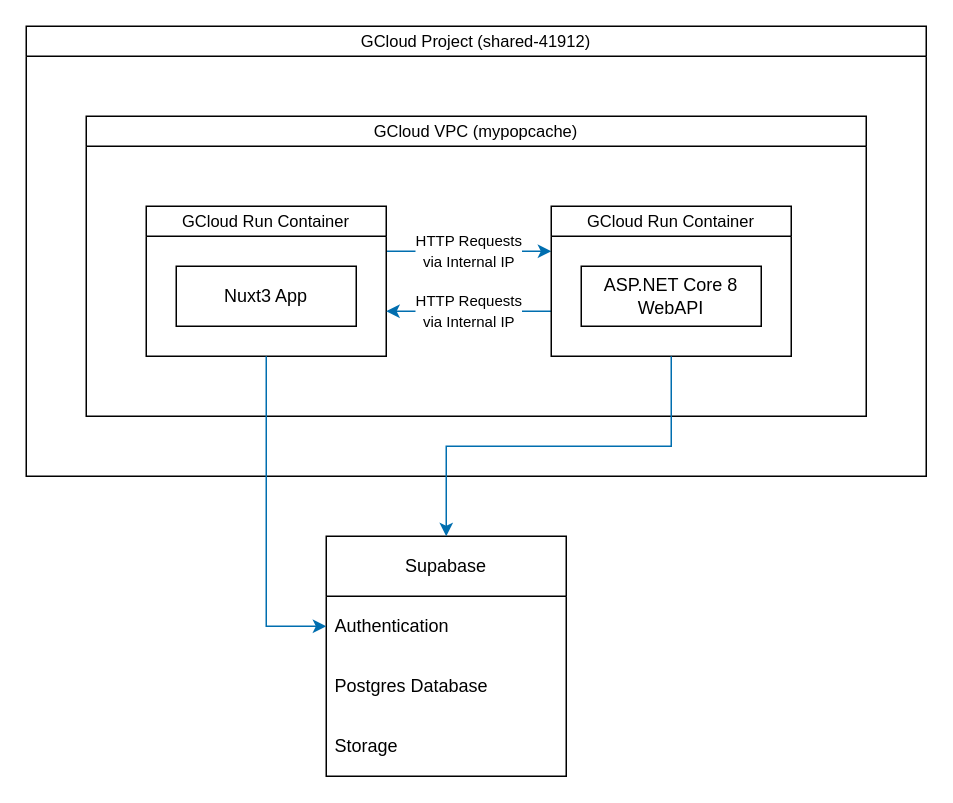
Before: Infrastructure.drawio in hs-wolf/mypopcache, a draw.io diagram. Source tidied: cells renumbered, new cells numbered last; positions are measured from the earlier drawing's top-left corner, leaving out a move shared by most shapes. Both pictures are drawn from the tidied source at 150%, with x=0, y=0 at pixel (26, 26).
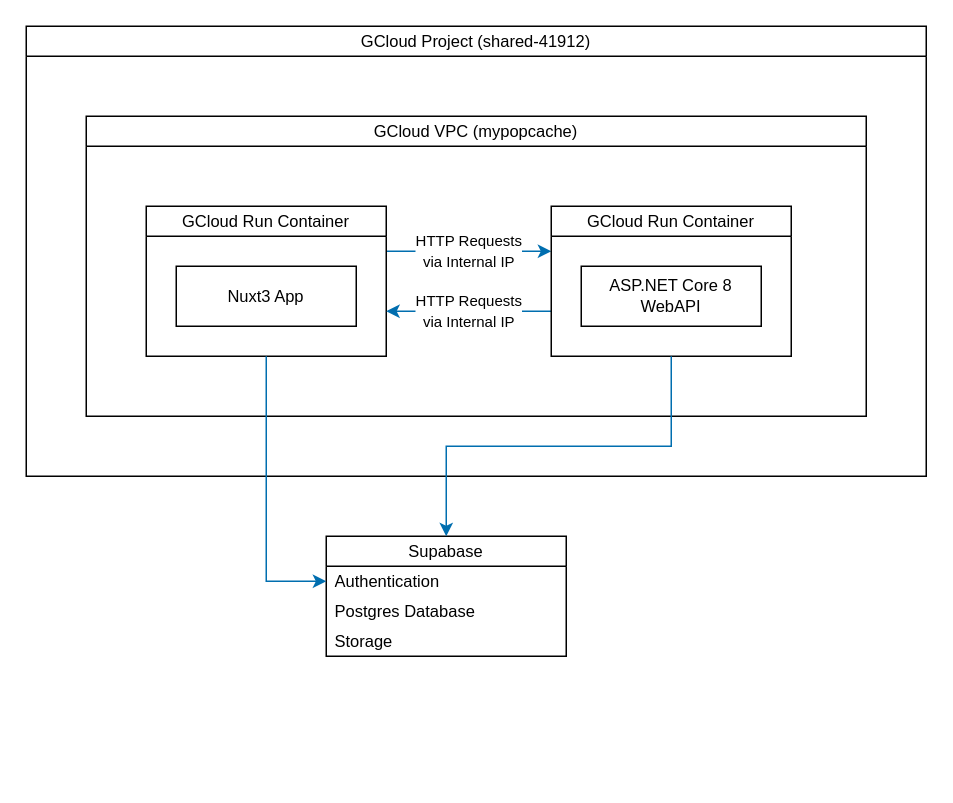
After the change.

What changed in the source:
```diff
@@
 <mxGraphModel>
   <root>
     <mxCell id="0" />
     <mxCell id="1" parent="0" />
     <mxCell id="2" value="GCloud Project (&lt;span class=&quot;cfc-purview-picker-list-id cfc-color-secondary ng-star-inserted&quot;&gt;shared-41912) &lt;/span&gt;" style="swimlane;whiteSpace=wrap;html=1;startSize=20;swimlaneLine=1;fontSize=11;fontStyle=0;" parent="1" vertex="1">
       <mxGeometry width="600" height="300" as="geometry" />
     </mxCell>
     <mxCell id="3" value="GCloud VPC (mypopcache)" style="swimlane;whiteSpace=wrap;html=1;startSize=20;fontSize=11;fontStyle=0;" parent="2" vertex="1">
       <mxGeometry x="40" y="60" width="520" height="200" as="geometry" />
     </mxCell>
     <mxCell id="4" value="&lt;font size=&quot;1&quot;&gt;HTTP Requests&lt;br&gt;via Internal IP&lt;/font&gt;" style="edgeStyle=orthogonalEdgeStyle;rounded=0;orthogonalLoop=1;jettySize=auto;html=1;fillColor=#1ba1e2;strokeColor=#006EAF;" parent="3" edge="1">
       <mxGeometry relative="1" as="geometry">
         <mxPoint x="200" y="90" as="sourcePoint" />
         <mxPoint x="310" y="90" as="targetPoint" />
       </mxGeometry>
     </mxCell>
     <mxCell id="5" value="GCloud Run Container" style="swimlane;whiteSpace=wrap;html=1;startSize=20;fontSize=11;fontStyle=0;" parent="3" vertex="1">
       <mxGeometry x="40" y="60" width="160" height="100" as="geometry" />
     </mxCell>
-    <mxCell id="6" value="&lt;div&gt;Nuxt3 App&lt;/div&gt;" style="rounded=0;whiteSpace=wrap;html=1;" parent="5" vertex="1">
+    <mxCell id="6" value="&lt;div style=&quot;font-size: 11px;&quot;&gt;Nuxt3 App&lt;/div&gt;" style="rounded=0;whiteSpace=wrap;html=1;fontSize=11;" parent="5" vertex="1">
       <mxGeometry x="20" y="40" width="120" height="40" as="geometry" />
     </mxCell>
     <mxCell id="7" value="&lt;font size=&quot;1&quot;&gt;HTTP Requests&lt;br&gt;via Internal IP&lt;/font&gt;&lt;br&gt;" style="edgeStyle=orthogonalEdgeStyle;rounded=0;orthogonalLoop=1;jettySize=auto;html=1;fillColor=#1ba1e2;strokeColor=#006EAF;" parent="3" edge="1">
       <mxGeometry relative="1" as="geometry">
         <mxPoint x="310" y="130" as="sourcePoint" />
         <mxPoint x="200" y="130" as="targetPoint" />
       </mxGeometry>
     </mxCell>
     <mxCell id="8" value="GCloud Run Container" style="swimlane;whiteSpace=wrap;html=1;startSize=20;fontSize=11;fontStyle=0;" parent="3" vertex="1">
       <mxGeometry x="310" y="60" width="160" height="100" as="geometry" />
     </mxCell>
-    <mxCell id="9" value="ASP.NET Core 8 WebAPI" style="rounded=0;whiteSpace=wrap;html=1;" parent="8" vertex="1">
+    <mxCell id="9" value="ASP.NET Core 8 WebAPI" style="rounded=0;whiteSpace=wrap;html=1;fontSize=11;" parent="8" vertex="1">
       <mxGeometry x="20" y="40" width="120" height="40" as="geometry" />
     </mxCell>
-    <mxCell id="10" value="Supabase" style="swimlane;fontStyle=0;horizontal=1;startSize=40;whiteSpace=wrap;html=1;" parent="1" vertex="1">
-      <mxGeometry x="200" y="340" width="160" height="160" as="geometry" />
+    <mxCell id="10" value="Supabase" style="swimlane;fontStyle=0;horizontal=1;startSize=20;whiteSpace=wrap;html=1;fontSize=11;" parent="1" vertex="1">
+      <mxGeometry x="200" y="340" width="160" height="80" as="geometry" />
     </mxCell>
-    <mxCell id="11" value="Authentication" style="text;strokeColor=none;fillColor=none;align=left;verticalAlign=middle;spacingLeft=4;spacingRight=4;overflow=hidden;points=[[0,0.5],[1,0.5]];portConstraint=eastwest;whiteSpace=wrap;html=1;" parent="10" vertex="1">
-      <mxGeometry y="40" width="160" height="40" as="geometry" />
+    <mxCell id="11" value="Authentication" style="text;strokeColor=none;fillColor=none;align=left;verticalAlign=middle;spacingLeft=4;spacingRight=4;overflow=hidden;points=[[0,0.5],[1,0.5]];portConstraint=eastwest;whiteSpace=wrap;html=1;fontSize=11;" parent="10" vertex="1">
+      <mxGeometry y="20" width="160" height="20" as="geometry" />
     </mxCell>
-    <mxCell id="12" value="Postgres Database" style="text;strokeColor=none;fillColor=none;align=left;verticalAlign=middle;spacingLeft=4;spacingRight=4;overflow=hidden;whiteSpace=wrap;html=1;" parent="10" vertex="1">
-      <mxGeometry y="80" width="160" height="40" as="geometry" />
+    <mxCell id="12" value="Postgres Database" style="text;strokeColor=none;fillColor=none;align=left;verticalAlign=middle;spacingLeft=4;spacingRight=4;overflow=hidden;whiteSpace=wrap;html=1;fontSize=11;" parent="10" vertex="1">
+      <mxGeometry y="40" width="160" height="20" as="geometry" />
     </mxCell>
-    <mxCell id="13" value="Storage" style="text;strokeColor=none;fillColor=none;align=left;verticalAlign=middle;spacingLeft=4;spacingRight=4;overflow=hidden;whiteSpace=wrap;html=1;" parent="10" vertex="1">
-      <mxGeometry y="120" width="160" height="40" as="geometry" />
+    <mxCell id="13" value="Storage" style="text;strokeColor=none;fillColor=none;align=left;verticalAlign=middle;spacingLeft=4;spacingRight=4;overflow=hidden;whiteSpace=wrap;html=1;fontSize=11;" parent="10" vertex="1">
+      <mxGeometry y="60" width="160" height="20" as="geometry" />
     </mxCell>
     <mxCell id="14" style="edgeStyle=orthogonalEdgeStyle;rounded=0;jettySize=auto;html=1;fillColor=#1ba1e2;strokeColor=#006EAF;" parent="1" edge="1" source="8" target="10">
       <mxGeometry relative="1" as="geometry" />
     </mxCell>
     <mxCell id="15" style="edgeStyle=orthogonalEdgeStyle;rounded=0;jettySize=auto;html=1;fillColor=#1ba1e2;strokeColor=#006EAF;" parent="1" edge="1" source="5" target="11">
       <mxGeometry relative="1" as="geometry" />
     </mxCell>
   </root>
 </mxGraphModel>
```
